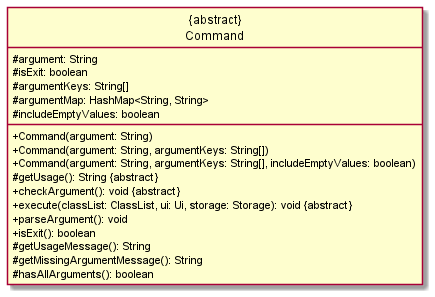
nus-cs2113-AY2122S1/tp keeps this PlantUML diagram as docs/diagrams/class/CommandClassDiagram.png. Above is the earlier version.
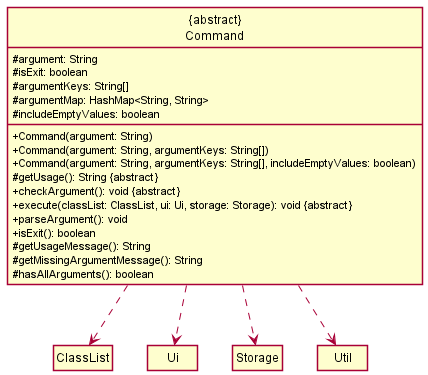
The same file after the commit.

Diff of the diagram source:
```diff
@@ -20,4 +20,14 @@
     #hasAllArguments(): boolean
 }
 
+class ClassList
+class Ui
+class Storage
+class Util
+
+Command .down.> ClassList
+Command .down.> Ui
+Command .down.> Storage
+Command .down.> Util
+
 @enduml
```
